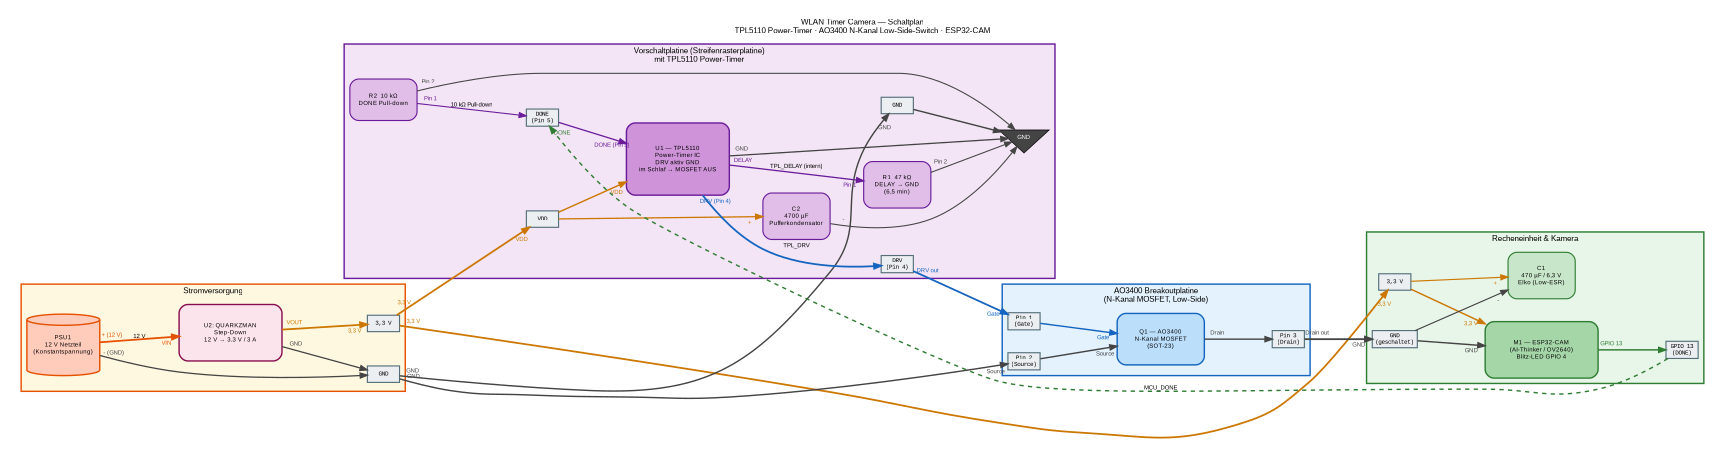
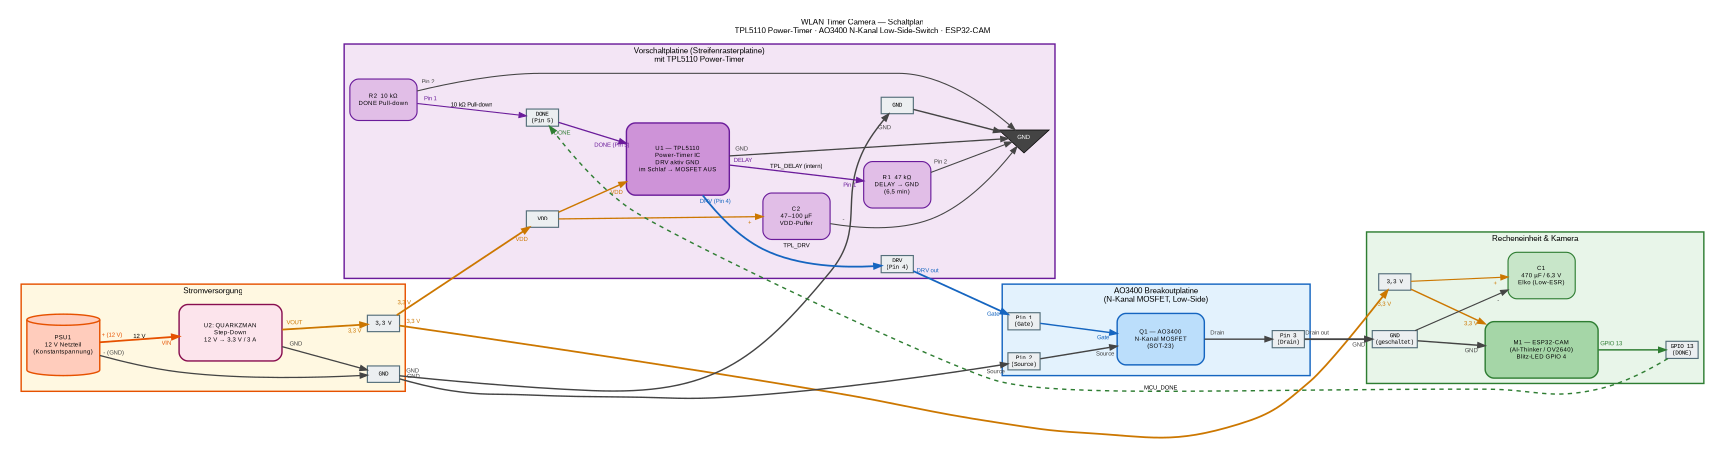
digraph WlanTimerCamera {
    graph [
        rankdir=LR
        fontname="Arial"
        fontsize=11
        label="WLAN Timer Camera — Schaltplan\nTPL5110 Power-Timer · AO3400 N-Kanal Low-Side-Switch · ESP32-CAM"
        labelloc=t
        labeljust=c
        splines=spline
        nodesep=0.45
        ranksep=1.3
        compound=true
        bgcolor=white
        pad=0.3
        size="11.5,7.8"
        ratio=compress
    ]
    node [fontname="Arial" fontsize=9 style="filled,rounded" shape=box margin="0.12,0.08"]
    edge [
        fontname="Arial"
        fontsize=8
        penwidth=1.4
        labelfontsize=8
        labeldistance=2.0
        labelangle=25
    ]

    // ── GND-Symbol (nur intern in Vorschaltplatine) ───────────────────────────
    node [shape=invtriangle style=filled fillcolor="#444444" fontcolor=white
          fontsize=8 width=0.4 height=0.28 margin="0.04,0.04" label="GND"]
    gnd_vorschalt

    // Normalen Node-Stil wiederherstellen
    node [shape=box style="filled,rounded" fontsize=10 fontcolor=black
          margin="0.2,0.12" width=1.0 height=0.6 label=""]


    // ── Cluster: Stromversorgung ──────────────────────────────────────────────
    //    Außenanschluss: 2 Ausgangspins (3,3V und GND)
    subgraph cluster_psu {
        label="Stromversorgung"
        style=filled fillcolor="#FFF8E1" color="#E65100" penwidth=2
        fontname="Arial" fontsize=11

        // ── 2 Ausgangspins ────────────────────────────────────────────────────
        node [shape=box style="filled" fillcolor="#ECEFF1" color="#546E7A"
              penwidth=1.6 fontsize=8 fontname="Courier New"
              width=0.62 height=0.32 margin="0.05,0.04"]
        psu_3V3 [label="3,3 V"]
        psu_GND [label="GND"]

        // ── Interne Bauteile ──────────────────────────────────────────────────
        node [shape=box style="filled,rounded" fontsize=9 fontname="Arial"
              fontcolor=black margin="0.12,0.08" width=1.0 height=0.5]
        PSU1 [
            label="PSU1\n12 V Netzteil\n(Konstantspannung)"
            shape=cylinder width=1.3 height=1.2
            fillcolor="#FFCCBC" color="#E65100" penwidth=2
            style=filled
        ]
        U2 [
            label="U2: QUARKZMAN\nStep-Down\n12 V → 3,3 V / 3 A"
            shape=box width=2.0 height=1.1
            fillcolor="#FCE4EC" color="#880E4F" penwidth=2
            style="filled,rounded"
        ]
    }

    // ── Cluster: Vorschaltplatine mit TPL5110 ─────────────────────────────────
    //    Außenanschluss: 4 Steckpins (wie am Timer-IC beschriftet)
    //    DELAY wird intern verdrahtet – kein Pin nach außen
    subgraph cluster_vorschalt {
        label="Vorschaltplatine (Streifenrasterplatine)\nmit TPL5110 Power-Timer"
        style=filled fillcolor="#F3E5F5" color="#6A1B9A" penwidth=2
        fontname="Arial" fontsize=11

        // ── 4 Außen-Steckpins ────────────────────────────────────────────────
        node [shape=box style="filled" fillcolor="#ECEFF1" color="#546E7A"
              penwidth=1.6 fontsize=8 fontname="Courier New"
              width=0.62 height=0.32 margin="0.05,0.04"]
        tpl_VDD  [label="VDD"]
        tpl_GND  [label="GND"]
        tpl_DRV  [label="DRV\n(Pin 4)"]
        tpl_DONE [label="DONE\n(Pin 5)"]

        // ── Interne Bauteile ──────────────────────────────────────────────────
        node [shape=box style="filled,rounded" fontsize=9 fontname="Arial"
              fontcolor=black margin="0.12,0.08" width=1.0 height=0.5]
        C2 [
-             label="C2\n4700 µF\nPufferkondensator"
+             label="C2\n47–100 µF\nVDD-Puffer"
            width=1.3 height=0.9
            fillcolor="#E1BEE7" color="#6A1B9A"
        ]
        R1 [
            label="R1  47 kΩ\nDELAY → GND\n(6,5 min)"
            width=1.3 height=0.9
            fillcolor="#E1BEE7" color="#6A1B9A"
        ]
        R2 [
            label="R2  10 kΩ\nDONE Pull-down"
            width=1.3 height=0.8
            fillcolor="#E1BEE7" color="#6A1B9A"
        ]
        U1 [
            label="U1 — TPL5110\nPower-Timer IC\nDRV aktiv GND\nim Schlaf → MOSFET AUS"
            shape=box width=2.0 height=1.4
            fillcolor="#CE93D8" color="#6A1B9A" penwidth=2
            style="filled,rounded"
        ]

        gnd_vorschalt
    }

    // ── Cluster: AO3400 Breakoutplatine ──────────────────────────────────────
    //    Außenanschluss ausschließlich über Pin 1, 2, 3
    subgraph cluster_mosfet {
        label="AO3400 Breakoutplatine\n(N-Kanal MOSFET, Low-Side)"
        style=filled fillcolor="#E3F2FD" color="#1565C0" penwidth=2
        fontname="Arial" fontsize=11

        // ── 3 Anschluss-Pins ─────────────────────────────────────────────────
        node [shape=box style="filled" fillcolor="#ECEFF1" color="#546E7A"
              penwidth=1.6 fontsize=8 fontname="Courier New"
              width=0.62 height=0.32 margin="0.05,0.04"]
        q1_p1 [label="Pin 1\n(Gate)"]
        q1_p2 [label="Pin 2\n(Source)"]
        q1_p3 [label="Pin 3\n(Drain)"]

        // ── MOSFET ───────────────────────────────────────────────────────────
        node [shape=box style="filled,rounded" fontsize=9 fontname="Arial"
              fontcolor=black margin="0.12,0.08"]
        Q1 [
            label="Q1 — AO3400\nN-Kanal MOSFET\n(SOT-23)"
            width=1.7 height=1.0
            fillcolor="#BBDEFB" color="#1565C0" penwidth=2
        ]
    }

    // ── Cluster: Recheneinheit & Kamera ──────────────────────────────────────
    //    Außenanschluss: 2 Pins (3,3V und GND geschaltet); C1 intern
    subgraph cluster_mcu {
        label="Recheneinheit & Kamera"
        style=filled fillcolor="#E8F5E9" color="#2E7D32" penwidth=2
        fontname="Arial" fontsize=11

        // ── 2 Außen-Anschlusspins ─────────────────────────────────────────────
        node [shape=box style="filled" fillcolor="#ECEFF1" color="#546E7A"
              penwidth=1.6 fontsize=8 fontname="Courier New"
              width=0.62 height=0.32 margin="0.05,0.04"]
        cam_3V3  [label="3,3 V"]
        cam_GND  [label="GND\n(geschaltet)"]
        cam_DONE [label="GPIO 13\n(DONE)"]

        // ── Interne Bauteile ──────────────────────────────────────────────────
        node [shape=box style="filled,rounded" fontsize=9 fontname="Arial"
              fontcolor=black margin="0.12,0.08"]
        M1 [
            label="M1 — ESP32-CAM\n(AI-Thinker / OV2640)\nBlitz-LED GPIO 4"
            shape=box width=2.2 height=1.1
            fillcolor="#A5D6A7" color="#2E7D32" penwidth=2
            style="filled,rounded"
        ]
        C1 [
            label="C1\n470 µF / 6,3 V\nElko (Low-ESR)"
            shape=box width=1.3 height=0.9
            fillcolor="#C8E6C9" color="#2E7D32"
            style="filled,rounded"
        ]
    }

    // ════════════════════════════════════════════════════════════════════════════
    // KANTEN — Stromversorgung intern: PSU1 → U2 → Ausgangspins
    // ════════════════════════════════════════════════════════════════════════════

    PSU1 -> U2 [
        taillabel="+ (12 V)"  headlabel="VIN"
        color="#E65100" penwidth=2.5 labelfontcolor="#E65100"
        label="12 V"
    ]
    U2 -> psu_3V3 [
        taillabel="VOUT"  headlabel="3,3 V"
        color="#CC7700" penwidth=2.5 labelfontcolor="#CC7700"
    ]
    PSU1 -> psu_GND [
        taillabel="- (GND)"  headlabel=""
        color="#444444" penwidth=1.8 labelfontcolor="#444444"
    ]
    U2 -> psu_GND [
        taillabel="GND"  headlabel=""
        color="#444444" penwidth=1.8 labelfontcolor="#444444"
    ]

    // ════════════════════════════════════════════════════════════════════════════
    // KANTEN — PSU-Pins verteilen an Vorschaltplatine und Kamera
    // ════════════════════════════════════════════════════════════════════════════

    // 3,3 V → Vorschaltplatine VDD-Pin
    psu_3V3 -> tpl_VDD [
        taillabel="3,3 V"  headlabel="VDD"
        color="#CC7700" penwidth=2.5 labelfontcolor="#CC7700"
    ]
    // 3,3 V → Kamera 3,3V-Pin (Dauerpuls, direkt vom PSU)
    psu_3V3 -> cam_3V3 [
        taillabel="3,3 V"  headlabel="3,3 V"
        color="#CC7700" penwidth=2.5 labelfontcolor="#CC7700"
        constraint=false
    ]
    // GND → Vorschaltplatine GND-Pin
    psu_GND -> tpl_GND [
        taillabel="GND"  headlabel="GND"
        color="#444444" penwidth=2.0 labelfontcolor="#444444"
        constraint=false
    ]

    // ════════════════════════════════════════════════════════════════════════════
    // KANTEN — Vorschaltplatine intern
    // ════════════════════════════════════════════════════════════════════════════

    // VDD-Pin: versorgt Timer-IC und Pufferkondensator
    tpl_VDD -> U1 [
        taillabel=""  headlabel="VDD"
        color="#CC7700" penwidth=2.0 labelfontcolor="#CC7700"
    ]
    tpl_VDD -> C2 [
        taillabel=""  headlabel="+"
        color="#CC7700" penwidth=1.8 labelfontcolor="#CC7700"
    ]

    // GND-Pin: versorgt interne GND-Ebene
    tpl_GND -> gnd_vorschalt [
        color="#444444" penwidth=2.0
    ]
    U1 -> gnd_vorschalt [
        taillabel="GND"  headlabel=""
        color="#444444" penwidth=1.8 labelfontcolor="#444444"
    ]
    C2 -> gnd_vorschalt [
        taillabel="-"  headlabel=""
        color="#444444" penwidth=1.5 labelfontcolor="#444444"
    ]
    R1 -> gnd_vorschalt [
        taillabel="Pin 2"  headlabel=""
        color="#444444" penwidth=1.5 labelfontcolor="#444444"
    ]
    R2 -> gnd_vorschalt [
        taillabel="Pin 2"  headlabel=""
        color="#444444" penwidth=1.5 labelfontcolor="#444444"
    ]

    // GND sternförmig: PSU GND-Pin direkt → MOSFET Pin 2 (Source)
    psu_GND -> q1_p2 [
        taillabel="GND"  headlabel="Source"
        color="#444444" penwidth=2.0 labelfontcolor="#444444"
        constraint=false
    ]

    // DELAY: rein intern (kein Außen-Pin)
    U1 -> R1 [
        taillabel="DELAY"  headlabel="Pin 1"
        color="#6A1B9A" penwidth=1.8 labelfontcolor="#6A1B9A"
        label="TPL_DELAY (intern)"
    ]

    // DONE-Pin: R2 Pull-down intern, Eingang von außen (MCU_DONE)
    R2 -> tpl_DONE [
        taillabel="Pin 1"  headlabel=""
        color="#6A1B9A" penwidth=1.5 labelfontcolor="#6A1B9A"
        label="10 kΩ Pull-down"
    ]
    tpl_DONE -> U1 [
        taillabel=""  headlabel="DONE (Pin 5)"
        color="#6A1B9A" penwidth=1.8 labelfontcolor="#6A1B9A"
    ]

    // DRV-Pin: Ausgang des Timers → MOSFET Gate
    U1 -> tpl_DRV [
        taillabel="DRV (Pin 4)"  headlabel=""
        color="#1565C0" penwidth=2.5 labelfontcolor="#1565C0"
        label="TPL_DRV"
    ]
    tpl_DRV -> q1_p1 [
        taillabel="DRV out"  headlabel="Gate"
        color="#1565C0" penwidth=2.5 labelfontcolor="#1565C0"
    ]

    // ════════════════════════════════════════════════════════════════════════════
    // KANTEN — MOSFET-Breakout intern
    // ════════════════════════════════════════════════════════════════════════════

    q1_p1 -> Q1 [
        taillabel=""  headlabel="Gate"
        color="#1565C0" penwidth=2.0 labelfontcolor="#1565C0"
    ]
    q1_p2 -> Q1 [
        taillabel=""  headlabel="Source"
        color="#444444" penwidth=2.0 labelfontcolor="#444444"
    ]
    Q1 -> q1_p3 [
        taillabel="Drain"  headlabel=""
        color="#444444" penwidth=2.0 labelfontcolor="#444444"
    ]

    // ════════════════════════════════════════════════════════════════════════════
    // KANTEN — MOSFET Pin 3 → GND_SWITCHED → Kamera GND-Pin
    // ════════════════════════════════════════════════════════════════════════════

    q1_p3 -> cam_GND [
        taillabel="Drain out"  headlabel="GND"
        color="#444444" penwidth=2.5 labelfontcolor="#444444"
    ]

    // ════════════════════════════════════════════════════════════════════════════
    // KANTEN — Kamera intern: Pins verteilen an M1 und C1
    // ════════════════════════════════════════════════════════════════════════════

    cam_3V3 -> M1 [
        taillabel=""  headlabel="3,3 V"
        color="#CC7700" penwidth=2.0 labelfontcolor="#CC7700"
    ]
    cam_3V3 -> C1 [
        taillabel=""  headlabel="+"
        color="#CC7700" penwidth=1.6 labelfontcolor="#CC7700"
    ]
    cam_GND -> M1 [
        taillabel=""  headlabel="GND"
        color="#444444" penwidth=2.0 labelfontcolor="#444444"
    ]
    cam_GND -> C1 [
        taillabel=""  headlabel="-"
        color="#444444" penwidth=1.6 labelfontcolor="#444444"
    ]

    // ════════════════════════════════════════════════════════════════════════════
    // KANTEN — Feedback: ESP32-CAM GPIO 13 → DONE-Pin (Vorschaltplatine)
    // ════════════════════════════════════════════════════════════════════════════

    M1 -> cam_DONE [
        taillabel="GPIO 13"  headlabel=""
        color="#2E7D32" penwidth=2 labelfontcolor="#2E7D32"
    ]
    cam_DONE -> tpl_DONE [
        taillabel=""  headlabel="DONE"
        color="#2E7D32" penwidth=2 labelfontcolor="#2E7D32"
        label="MCU_DONE" style=dashed
        constraint=false
    ]
}
